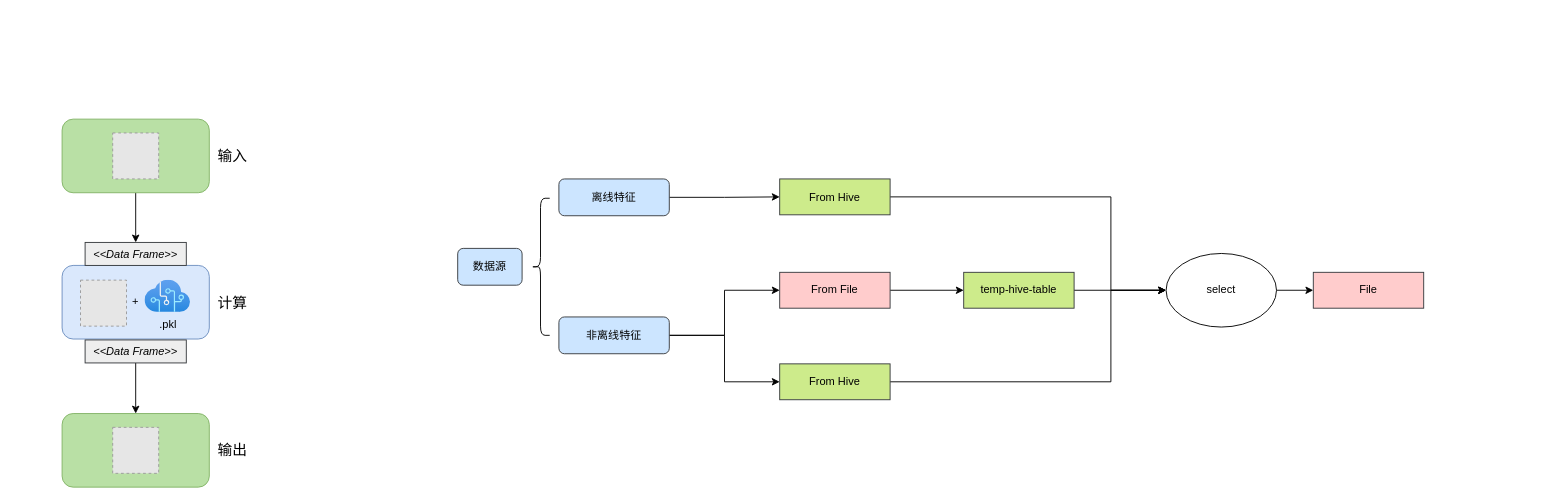
This is 模型分回溯设计.drawio from 999V/draw, a draw.io file, before an edit. Source tidied: cells renumbered, new cells numbered last; positions are measured from the earlier drawing's top-left corner, leaving out a move shared by most shapes. Both pictures are drawn from the tidied source at 92%, with x=0, y=0 at pixel (62, 119). Pictures stored in the file or linked from it are replaced by grey dashed boxes.
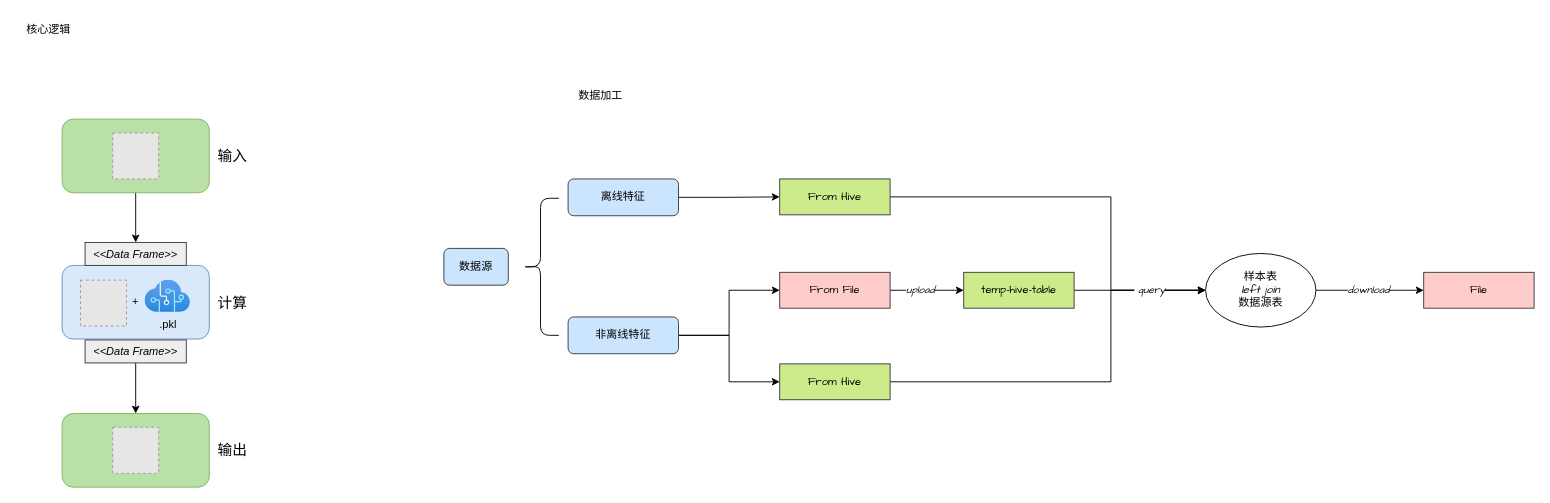
After the change.

Commit message (it also covers changes not shown here):
更新模型分回溯设计.drawio

The edit, as a diff of the source:
```diff
@@
-    <mxCell id="17" style="edgeStyle=orthogonalEdgeStyle;rounded=0;jettySize=auto;html=1;exitX=1;exitY=0.5;exitDx=0;exitDy=0;entryX=0;entryY=0.5;entryDx=0;entryDy=0;" parent="1" edge="1" source="18" target="23">
+    <mxCell id="17" style="edgeStyle=orthogonalEdgeStyle;rounded=0;jettySize=auto;html=1;exitX=1;exitY=0.5;exitDx=0;exitDy=0;entryX=0;entryY=0.5;entryDx=0;entryDy=0;fontFamily=Comic Sans MS;" parent="1" edge="1" source="18" target="23">
       <mxGeometry relative="1" as="geometry" />
     </mxCell>
-    <mxCell id="18" value="离线特征" style="rounded=1;whiteSpace=wrap;html=1;fillColor=#cce5ff;strokeColor=#36393d;" parent="1" vertex="1">
-      <mxGeometry x="540" y="65" width="120" height="40" as="geometry" />
+    <mxCell id="18" value="离线特征" style="rounded=1;whiteSpace=wrap;html=1;fillColor=#cce5ff;strokeColor=#36393d;fontFamily=Comic Sans MS;" parent="1" vertex="1">
+      <mxGeometry x="550" y="65" width="120" height="40" as="geometry" />
     </mxCell>
-    <mxCell id="19" style="edgeStyle=orthogonalEdgeStyle;rounded=0;jettySize=auto;html=1;exitX=1;exitY=0.5;exitDx=0;exitDy=0;entryX=0;entryY=0.5;entryDx=0;entryDy=0;" parent="1" edge="1" source="21" target="25">
+    <mxCell id="19" style="edgeStyle=orthogonalEdgeStyle;rounded=0;jettySize=auto;html=1;exitX=1;exitY=0.5;exitDx=0;exitDy=0;entryX=0;entryY=0.5;entryDx=0;entryDy=0;fontFamily=Comic Sans MS;" parent="1" edge="1" source="21" target="25">
       <mxGeometry relative="1" as="geometry" />
     </mxCell>
-    <mxCell id="20" style="edgeStyle=orthogonalEdgeStyle;rounded=0;jettySize=auto;html=1;exitX=1;exitY=0.5;exitDx=0;exitDy=0;entryX=0;entryY=0.5;entryDx=0;entryDy=0;" parent="1" edge="1" source="21" target="27">
+    <mxCell id="20" style="edgeStyle=orthogonalEdgeStyle;rounded=0;jettySize=auto;html=1;exitX=1;exitY=0.5;exitDx=0;exitDy=0;entryX=0;entryY=0.5;entryDx=0;entryDy=0;fontFamily=Comic Sans MS;" parent="1" edge="1" source="21" target="27">
       <mxGeometry relative="1" as="geometry" />
     </mxCell>
-    <mxCell id="21" value="非离线特征" style="rounded=1;whiteSpace=wrap;html=1;fillColor=#cce5ff;strokeColor=#36393d;" parent="1" vertex="1">
-      <mxGeometry x="540" y="215" width="120" height="40" as="geometry" />
+    <mxCell id="21" value="非离线特征" style="rounded=1;whiteSpace=wrap;html=1;fillColor=#cce5ff;strokeColor=#36393d;fontFamily=Comic Sans MS;" parent="1" vertex="1">
+      <mxGeometry x="550" y="215" width="120" height="40" as="geometry" />
     </mxCell>
-    <mxCell id="22" style="edgeStyle=orthogonalEdgeStyle;rounded=0;jettySize=auto;html=1;exitX=1;exitY=0.5;exitDx=0;exitDy=0;entryX=0;entryY=0.5;entryDx=0;entryDy=0;" parent="1" edge="1" source="23" target="31">
+    <mxCell id="22" style="edgeStyle=orthogonalEdgeStyle;rounded=0;jettySize=auto;html=1;exitX=1;exitY=0.5;exitDx=0;exitDy=0;entryX=0;entryY=0.5;entryDx=0;entryDy=0;fontFamily=Comic Sans MS;" parent="1" edge="1" source="23" target="31">
       <mxGeometry relative="1" as="geometry">
         <Array as="points">
           <mxPoint x="1140" y="85" />
           <mxPoint x="1140" y="186" />
         </Array>
       </mxGeometry>
     </mxCell>
-    <mxCell id="23" value="From Hive" style="rounded=0;whiteSpace=wrap;html=1;fillColor=#cdeb8b;strokeColor=#36393d;" parent="1" vertex="1">
+    <mxCell id="23" value="From Hive" style="rounded=0;whiteSpace=wrap;html=1;fillColor=#cdeb8b;strokeColor=#36393d;fontFamily=Comic Sans MS;" parent="1" vertex="1">
       <mxGeometry x="780" y="65" width="120" height="39" as="geometry" />
     </mxCell>
-    <mxCell id="24" style="edgeStyle=orthogonalEdgeStyle;rounded=0;jettySize=auto;html=1;exitX=1;exitY=0.5;exitDx=0;exitDy=0;entryX=0;entryY=0.5;entryDx=0;entryDy=0;" parent="1" edge="1" source="25" target="29">
+    <mxCell id="24" style="edgeStyle=orthogonalEdgeStyle;rounded=0;jettySize=auto;html=1;exitX=1;exitY=0.5;exitDx=0;exitDy=0;entryX=0;entryY=0.5;entryDx=0;entryDy=0;fontFamily=Comic Sans MS;" parent="1" edge="1" source="25" target="29">
       <mxGeometry relative="1" as="geometry" />
     </mxCell>
+    <mxCell id="35" value="upload" style="edgeLabel;html=1;align=center;verticalAlign=middle;fontStyle=2;fontFamily=Comic Sans MS;" parent="24" vertex="1">
+      <mxGeometry x="-0.2" y="1" relative="1" as="geometry" />
+    </mxCell>
-    <mxCell id="25" value="From File" style="rounded=0;whiteSpace=wrap;html=1;fillColor=#ffcccc;strokeColor=#36393d;" parent="1" vertex="1">
+    <mxCell id="25" value="From File" style="rounded=0;whiteSpace=wrap;html=1;fillColor=#ffcccc;strokeColor=#36393d;fontFamily=Comic Sans MS;" parent="1" vertex="1">
       <mxGeometry x="780" y="166.5" width="120" height="39" as="geometry" />
     </mxCell>
-    <mxCell id="26" style="edgeStyle=orthogonalEdgeStyle;rounded=0;jettySize=auto;html=1;exitX=1;exitY=0.5;exitDx=0;exitDy=0;entryX=0;entryY=0.5;entryDx=0;entryDy=0;" parent="1" edge="1" source="27" target="31">
+    <mxCell id="26" style="edgeStyle=orthogonalEdgeStyle;rounded=0;jettySize=auto;html=1;exitX=1;exitY=0.5;exitDx=0;exitDy=0;entryX=0;entryY=0.5;entryDx=0;entryDy=0;fontFamily=Comic Sans MS;" parent="1" edge="1" source="27" target="31">
       <mxGeometry relative="1" as="geometry">
         <Array as="points">
           <mxPoint x="1140" y="286" />
           <mxPoint x="1140" y="186" />
         </Array>
       </mxGeometry>
     </mxCell>
-    <mxCell id="27" value="From Hive" style="rounded=0;whiteSpace=wrap;html=1;fillColor=#cdeb8b;strokeColor=#36393d;" parent="1" vertex="1">
+    <mxCell id="27" value="From Hive" style="rounded=0;whiteSpace=wrap;html=1;fillColor=#cdeb8b;strokeColor=#36393d;fontFamily=Comic Sans MS;" parent="1" vertex="1">
       <mxGeometry x="780" y="266" width="120" height="39" as="geometry" />
     </mxCell>
-    <mxCell id="28" style="edgeStyle=orthogonalEdgeStyle;rounded=0;jettySize=auto;html=1;exitX=1;exitY=0.5;exitDx=0;exitDy=0;entryX=0;entryY=0.5;entryDx=0;entryDy=0;" parent="1" edge="1" source="29" target="31">
+    <mxCell id="28" style="edgeStyle=orthogonalEdgeStyle;rounded=0;jettySize=auto;html=1;exitX=1;exitY=0.5;exitDx=0;exitDy=0;entryX=0;entryY=0.5;entryDx=0;entryDy=0;fontFamily=Comic Sans MS;" parent="1" edge="1" source="29" target="31">
       <mxGeometry relative="1" as="geometry" />
     </mxCell>
+    <mxCell id="36" value="&amp;nbsp;query" style="edgeLabel;html=1;align=center;verticalAlign=middle;fontStyle=2;fontFamily=Comic Sans MS;" parent="28" vertex="1">
+      <mxGeometry x="0.14" y="1" relative="1" as="geometry" />
+    </mxCell>
-    <mxCell id="29" value="temp-hive-table" style="rounded=0;whiteSpace=wrap;html=1;fillColor=#cdeb8b;strokeColor=#36393d;" parent="1" vertex="1">
+    <mxCell id="29" value="temp-hive-table" style="rounded=0;whiteSpace=wrap;html=1;fillColor=#cdeb8b;strokeColor=#36393d;fontFamily=Comic Sans MS;" parent="1" vertex="1">
       <mxGeometry x="980" y="166.5" width="120" height="39" as="geometry" />
     </mxCell>
-    <mxCell id="30" style="edgeStyle=orthogonalEdgeStyle;rounded=0;jettySize=auto;html=1;" parent="1" edge="1" source="31" target="34">
+    <mxCell id="30" style="edgeStyle=orthogonalEdgeStyle;rounded=0;jettySize=auto;html=1;fontStyle=2;fontFamily=Comic Sans MS;" parent="1" edge="1" source="31" target="34">
       <mxGeometry relative="1" as="geometry" />
     </mxCell>
+    <mxCell id="37" value="download" style="edgeLabel;html=1;align=center;verticalAlign=middle;fontStyle=2;fontFamily=Comic Sans MS;" parent="30" vertex="1">
+      <mxGeometry x="-0.3" relative="1" as="geometry">
+        <mxPoint x="16" y="-1" as="offset" />
+      </mxGeometry>
+    </mxCell>
-    <mxCell id="31" value="&lt;div style=&quot;&quot;&gt;select&lt;/div&gt;" style="ellipse;whiteSpace=wrap;html=1;align=center;" parent="1" vertex="1">
-      <mxGeometry x="1200" y="146" width="120" height="80" as="geometry" />
+    <mxCell id="31" value="样本表&lt;div&gt;&lt;i&gt;&lt;font&gt;left join&lt;/font&gt;&lt;/i&gt;&lt;/div&gt;&lt;div&gt;数据源表&lt;/div&gt;" style="ellipse;whiteSpace=wrap;html=1;align=center;fontFamily=Comic Sans MS;" parent="1" vertex="1">
+      <mxGeometry x="1242.9" y="146" width="120" height="80" as="geometry" />
     </mxCell>
-    <mxCell id="32" style="shape=curlyBracket;whiteSpace=wrap;html=1;rounded=1;labelPosition=left;verticalLabelPosition=middle;align=right;verticalAlign=middle;" parent="1" vertex="1">
-      <mxGeometry x="510" y="86" width="20" height="149" as="geometry" />
+    <mxCell id="32" style="shape=curlyBracket;whiteSpace=wrap;html=1;rounded=1;labelPosition=left;verticalLabelPosition=middle;align=right;verticalAlign=middle;fontFamily=Comic Sans MS;" parent="1" vertex="1">
+      <mxGeometry x="500" y="86" width="40" height="149" as="geometry" />
     </mxCell>
-    <mxCell id="33" value="数据源" style="rounded=1;whiteSpace=wrap;html=1;fillColor=#cce5ff;strokeColor=#36393d;" parent="1" vertex="1">
-      <mxGeometry x="430" y="140.5" width="70" height="40" as="geometry" />
+    <mxCell id="33" value="数据源" style="rounded=1;whiteSpace=wrap;html=1;fillColor=#cce5ff;strokeColor=#36393d;fontFamily=Comic Sans MS;" parent="1" vertex="1">
+      <mxGeometry x="415" y="140.5" width="70" height="40" as="geometry" />
     </mxCell>
-    <mxCell id="34" value="File" style="rounded=0;whiteSpace=wrap;html=1;fillColor=#ffcccc;strokeColor=#36393d;" parent="1" vertex="1">
-      <mxGeometry x="1360" y="166.5" width="120" height="39" as="geometry" />
+    <mxCell id="34" value="File" style="rounded=0;whiteSpace=wrap;html=1;fillColor=#ffcccc;strokeColor=#36393d;fontFamily=Comic Sans MS;" parent="1" vertex="1">
+      <mxGeometry x="1480" y="166.5" width="120" height="39" as="geometry" />
     </mxCell>
+    <mxCell id="38" value="核心逻辑" style="text;html=1;align=center;verticalAlign=middle;strokeColor=none;fillColor=none;" parent="1" vertex="1">
+      <mxGeometry x="-50" y="-112" width="70" height="30" as="geometry" />
+    </mxCell>
+    <mxCell id="39" value="数据加工" style="text;html=1;align=center;verticalAlign=middle;strokeColor=none;fillColor=none;" parent="1" vertex="1">
+      <mxGeometry x="550" y="-40" width="70" height="30" as="geometry" />
+    </mxCell>
```
